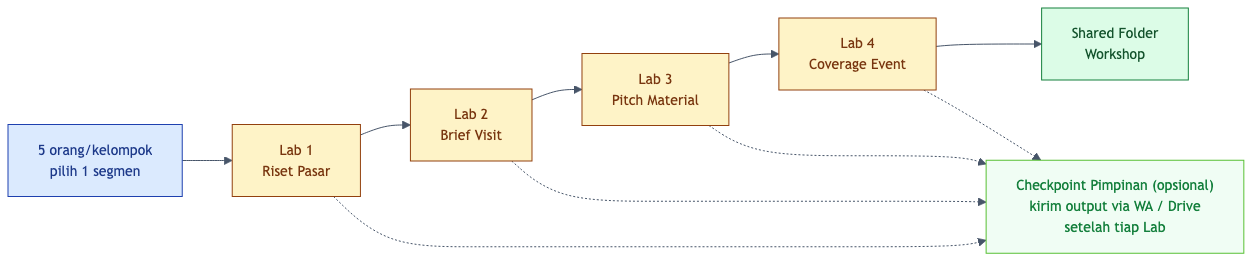
artivisi/bsi-islamic-ecosystem-ai keeps this Mermaid diagram as workbook/diagrams/group-workflow.png. Above is the earlier version. Its source is kept beside it as workbook/diagrams/group-workflow.mmd.
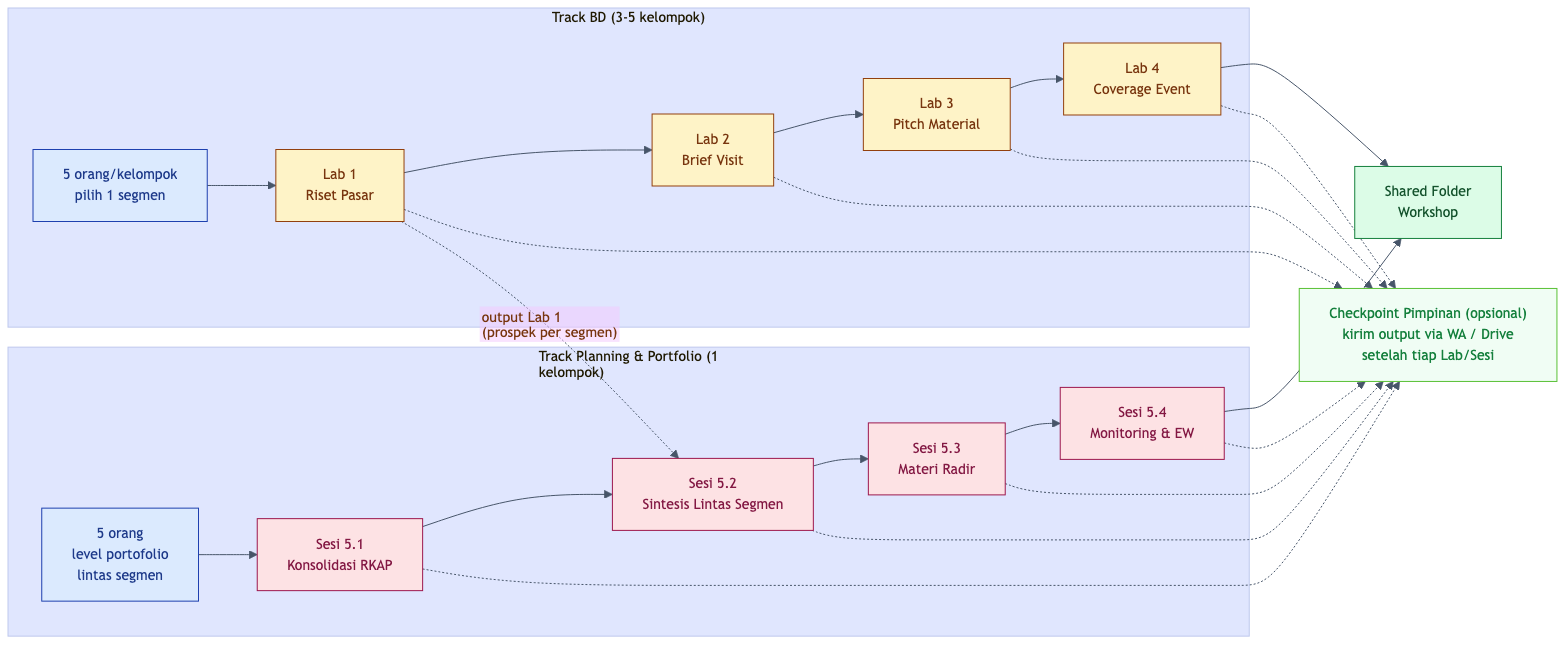
Above is the later version.

Change to the diagram source:
```diff
@@ -2,20 +2,42 @@
 flowchart LR
     classDef setup fill:#dbeafe,stroke:#1e40af,color:#1e3a8a
     classDef lab fill:#fef3c7,stroke:#92400e,color:#78350f
+    classDef plab fill:#fde2e4,stroke:#9d174d,color:#831843
     classDef output fill:#dcfce7,stroke:#15803d,color:#14532d
     classDef checkpoint fill:#f0fdf4,stroke:#58c034,color:#15803d
 
-    A["5 orang/kelompok<br/>pilih 1 segmen"]:::setup
-    B["Lab 1<br/>Riset Pasar"]:::lab
-    C["Lab 2<br/>Brief Visit"]:::lab
-    D["Lab 3<br/>Pitch Material"]:::lab
-    E["Lab 4<br/>Coverage Event"]:::lab
+    subgraph TrackBD["Track BD (3-5 kelompok)"]
+      direction LR
+      A1["5 orang/kelompok<br/>pilih 1 segmen"]:::setup
+      B["Lab 1<br/>Riset Pasar"]:::lab
+      C["Lab 2<br/>Brief Visit"]:::lab
+      D["Lab 3<br/>Pitch Material"]:::lab
+      E["Lab 4<br/>Coverage Event"]:::lab
+      A1 --> B --> C --> D --> E
+    end
+
+    subgraph TrackPP["Track Planning & Portfolio (1 kelompok)"]
+      direction LR
+      A2["5 orang<br/>level portofolio<br/>lintas segmen"]:::setup
+      B2["Sesi 5.1<br/>Konsolidasi RKAP"]:::plab
+      C2["Sesi 5.2<br/>Sintesis Lintas Segmen"]:::plab
+      D2["Sesi 5.3<br/>Materi Radir"]:::plab
+      E2["Sesi 5.4<br/>Monitoring & EW"]:::plab
+      A2 --> B2 --> C2 --> D2 --> E2
+    end
+
     F["Shared Folder<br/>Workshop"]:::output
+    CP["Checkpoint Pimpinan (opsional)<br/>kirim output via WA / Drive<br/>setelah tiap Lab/Sesi"]:::checkpoint
 
-    CP["Checkpoint Pimpinan (opsional)<br/>kirim output via WA / Drive<br/>setelah tiap Lab"]:::checkpoint
-
-    A --> B --> C --> D --> E --> F
+    E --> F
+    E2 --> F
     B -.-> CP
     C -.-> CP
     D -.-> CP
     E -.-> CP
+    B2 -.-> CP
+    C2 -.-> CP
+    D2 -.-> CP
+    E2 -.-> CP
+
+    B -. "output Lab 1<br/>(prospek per segmen)" .-> C2
```
